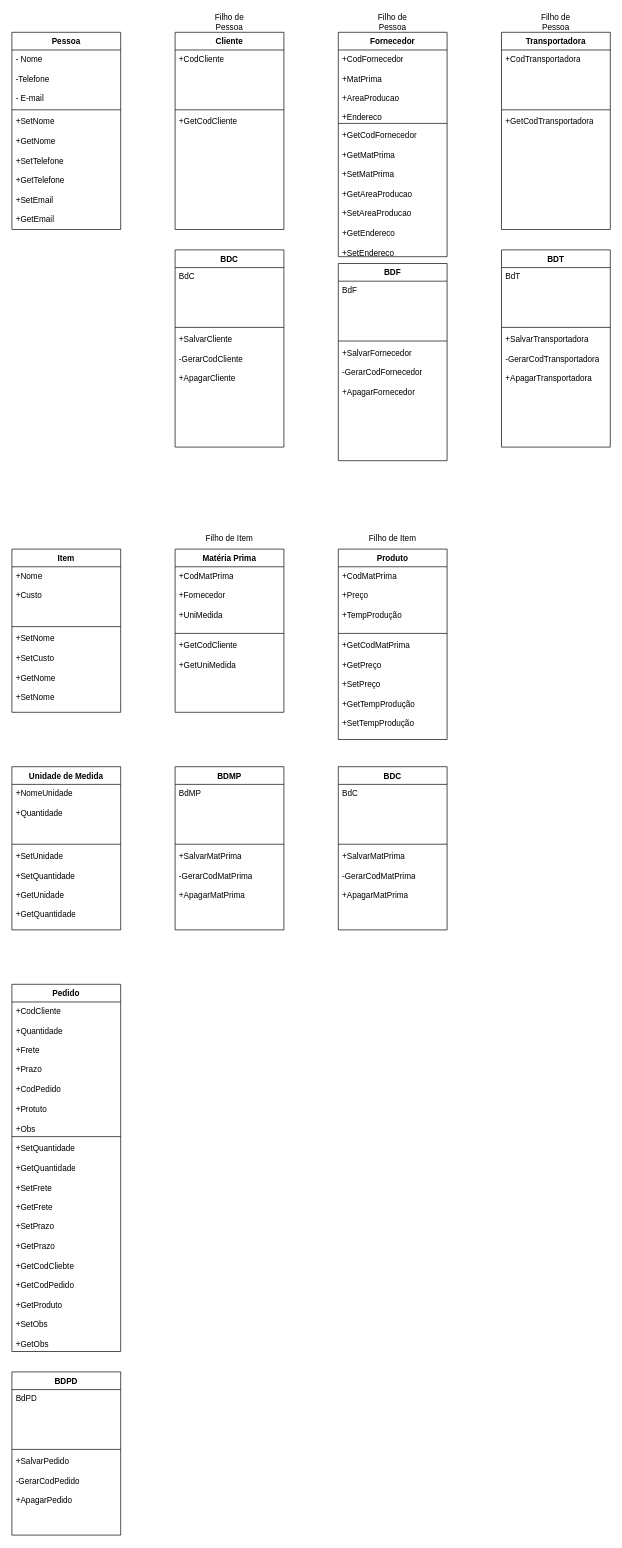
Earlier version of the draw.io diagram page "Diagrama-de-Classe" (4 of 14) of DOC/Fluxograma.drawio (GuilhermeIgarashi7/avatar-Fluxograma). Source tidied: cells renumbered, new cells numbered last; positions are measured from the earlier drawing's top-left corner, leaving out a move shared by most shapes. Both pictures are drawn from the tidied source at 68%, with x=0, y=0 at pixel (12, 12).
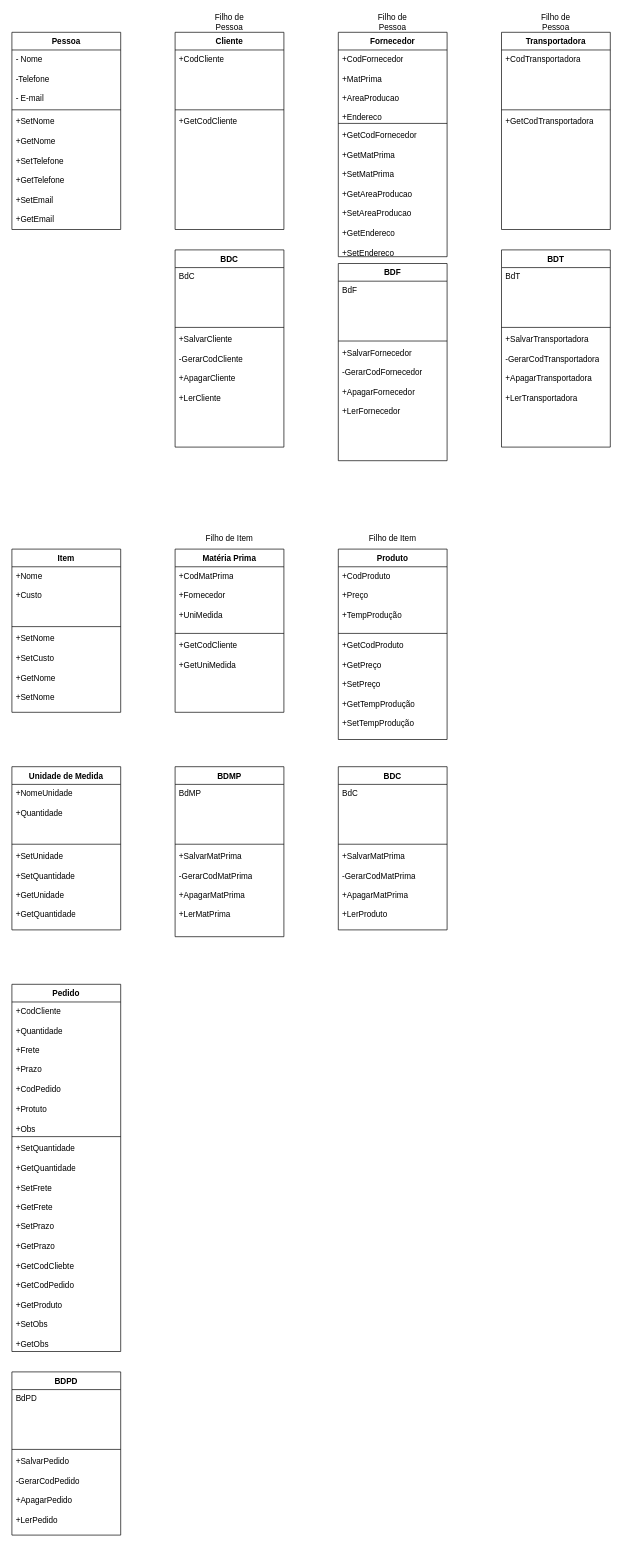
After the change.

The change refers to these unchanged cells:
```xml
<mxCell id="11" value="BDC" style="swimlane;fontStyle=1;align=center;verticalAlign=top;horizontal=1;startSize=26;whiteSpace=wrap;html=1;" parent="1" vertex="1">
  <mxGeometry x="240" y="350" width="160" height="290" as="geometry" />
</mxCell>
<mxCell id="20" value="BDF" style="swimlane;fontStyle=1;align=center;verticalAlign=top;horizontal=1;startSize=26;whiteSpace=wrap;html=1;" parent="1" vertex="1">
  <mxGeometry x="480" y="370" width="160" height="290" as="geometry" />
</mxCell>
<mxCell id="29" value="BDT" style="swimlane;fontStyle=1;align=center;verticalAlign=top;horizontal=1;startSize=26;whiteSpace=wrap;html=1;" parent="1" vertex="1">
  <mxGeometry x="720" y="350" width="160" height="290" as="geometry" />
</mxCell>
<mxCell id="38" value="Matéria Prima" style="swimlane;fontStyle=1;align=center;verticalAlign=top;horizontal=1;startSize=26;whiteSpace=wrap;html=1;" parent="1" vertex="1">
  <mxGeometry x="240" y="790" width="160" height="240" as="geometry" />
</mxCell>
<mxCell id="51" value="Produto" style="swimlane;fontStyle=1;align=center;verticalAlign=top;horizontal=1;startSize=26;whiteSpace=wrap;html=1;" parent="1" vertex="1">
  <mxGeometry x="480" y="790" width="160" height="280" as="geometry" />
</mxCell>
<mxCell id="55" value="BDC" style="swimlane;fontStyle=1;align=center;verticalAlign=top;horizontal=1;startSize=26;whiteSpace=wrap;html=1;" parent="1" vertex="1">
  <mxGeometry x="480" y="1110" width="160" height="240" as="geometry" />
</mxCell>
<mxCell id="63" value="BDPD" style="swimlane;fontStyle=1;align=center;verticalAlign=top;horizontal=1;startSize=26;whiteSpace=wrap;html=1;" parent="1" vertex="1">
  <mxGeometry y="2000" width="160" height="240" as="geometry" />
</mxCell>
```

What changed in the source:
```diff
@@
-    <mxCell id="14" value="+SalvarCliente&lt;div&gt;&lt;br&gt;&lt;/div&gt;&lt;div&gt;-GerarCodCliente&lt;/div&gt;&lt;div&gt;&lt;br&gt;&lt;/div&gt;&lt;div&gt;+ApagarCliente&lt;/div&gt;" style="text;strokeColor=none;fillColor=none;align=left;verticalAlign=top;spacingLeft=4;spacingRight=4;overflow=hidden;whiteSpace=wrap;html=1;" parent="11" vertex="1">
+    <mxCell id="14" value="+SalvarCliente&lt;div&gt;&lt;br&gt;&lt;/div&gt;&lt;div&gt;-GerarCodCliente&lt;/div&gt;&lt;div&gt;&lt;br&gt;&lt;/div&gt;&lt;div&gt;+ApagarCliente&lt;/div&gt;&lt;div&gt;&lt;br&gt;&lt;/div&gt;&lt;div&gt;+LerCliente&lt;/div&gt;" style="text;strokeColor=none;fillColor=none;align=left;verticalAlign=top;spacingLeft=4;spacingRight=4;overflow=hidden;whiteSpace=wrap;html=1;" parent="11" vertex="1">
       <mxGeometry y="118" width="160" height="172" as="geometry" />
     </mxCell>
@@
-    <mxCell id="23" value="+SalvarFornecedor&lt;div&gt;&lt;br&gt;&lt;/div&gt;&lt;div&gt;-GerarCodFornecedor&lt;/div&gt;&lt;div&gt;&lt;br&gt;&lt;/div&gt;&lt;div&gt;+ApagarFornecedor&lt;/div&gt;" style="text;strokeColor=none;fillColor=none;align=left;verticalAlign=top;spacingLeft=4;spacingRight=4;overflow=hidden;whiteSpace=wrap;html=1;" parent="20" vertex="1">
+    <mxCell id="23" value="+SalvarFornecedor&lt;div&gt;&lt;br&gt;&lt;/div&gt;&lt;div&gt;-GerarCodFornecedor&lt;/div&gt;&lt;div&gt;&lt;br&gt;&lt;/div&gt;&lt;div&gt;+ApagarFornecedor&lt;/div&gt;&lt;div&gt;&lt;br&gt;&lt;/div&gt;&lt;div&gt;+LerFornecedor&lt;br&gt;&lt;/div&gt;" style="text;strokeColor=none;fillColor=none;align=left;verticalAlign=top;spacingLeft=4;spacingRight=4;overflow=hidden;whiteSpace=wrap;html=1;" parent="20" vertex="1">
       <mxGeometry y="118" width="160" height="172" as="geometry" />
     </mxCell>
@@
-    <mxCell id="32" value="+SalvarTransportadora&lt;div&gt;&lt;br&gt;&lt;/div&gt;&lt;div&gt;-GerarCodTransportadora&lt;/div&gt;&lt;div&gt;&lt;br&gt;&lt;/div&gt;&lt;div&gt;+ApagarTransportadora&lt;/div&gt;" style="text;strokeColor=none;fillColor=none;align=left;verticalAlign=top;spacingLeft=4;spacingRight=4;overflow=hidden;whiteSpace=wrap;html=1;" parent="29" vertex="1">
+    <mxCell id="32" value="+SalvarTransportadora&lt;div&gt;&lt;br&gt;&lt;/div&gt;&lt;div&gt;-GerarCodTransportadora&lt;/div&gt;&lt;div&gt;&lt;br&gt;&lt;/div&gt;&lt;div&gt;+ApagarTransportadora&lt;/div&gt;&lt;div&gt;&lt;br&gt;&lt;/div&gt;&lt;div&gt;&lt;span style=&quot;background-color: initial;&quot;&gt;+LerTransportadora&lt;/span&gt;&lt;/div&gt;" style="text;strokeColor=none;fillColor=none;align=left;verticalAlign=top;spacingLeft=4;spacingRight=4;overflow=hidden;whiteSpace=wrap;html=1;" parent="29" vertex="1">
       <mxGeometry y="118" width="160" height="172" as="geometry" />
     </mxCell>
@@
-    <mxCell id="41" value="&lt;div&gt;&lt;span style=&quot;background-color: initial;&quot;&gt;+GetCodCliente&lt;br&gt;&lt;/span&gt;&lt;br&gt;+GetUniMedida&lt;/div&gt;" style="text;strokeColor=none;fillColor=none;align=left;verticalAlign=top;spacingLeft=4;spacingRight=4;overflow=hidden;whiteSpace=wrap;html=1;" parent="38" vertex="1">
+    <mxCell id="41" value="&lt;div&gt;&lt;span style=&quot;background-color: initial;&quot;&gt;+GetCodCliente&lt;br&gt;&lt;/span&gt;&lt;br&gt;+GetUniMedida&lt;/div&gt;&lt;div&gt;&lt;br&gt;&lt;/div&gt;&lt;div&gt;&lt;br&gt;&lt;/div&gt;" style="text;strokeColor=none;fillColor=none;align=left;verticalAlign=top;spacingLeft=4;spacingRight=4;overflow=hidden;whiteSpace=wrap;html=1;" parent="38" vertex="1">
       <mxGeometry y="128" width="160" height="112" as="geometry" />
     </mxCell>
     <mxCell id="42" value="BDMP" style="swimlane;fontStyle=1;align=center;verticalAlign=top;horizontal=1;startSize=26;whiteSpace=wrap;html=1;" parent="1" vertex="1">
-      <mxGeometry x="240" y="1110" width="160" height="240" as="geometry" />
+      <mxGeometry x="240" y="1110" width="160" height="250" as="geometry" />
     </mxCell>
@@
-    <mxCell id="45" value="+SalvarMatPrima&lt;div&gt;&lt;br&gt;&lt;/div&gt;&lt;div&gt;-GerarCodMatPrima&lt;/div&gt;&lt;div&gt;&lt;br&gt;&lt;/div&gt;&lt;div&gt;+ApagarMatPrima&lt;/div&gt;" style="text;strokeColor=none;fillColor=none;align=left;verticalAlign=top;spacingLeft=4;spacingRight=4;overflow=hidden;whiteSpace=wrap;html=1;" parent="42" vertex="1">
-      <mxGeometry y="118" width="160" height="122" as="geometry" />
+    <mxCell id="45" value="+SalvarMatPrima&lt;div&gt;&lt;br&gt;&lt;/div&gt;&lt;div&gt;-GerarCodMatPrima&lt;/div&gt;&lt;div&gt;&lt;br&gt;&lt;/div&gt;&lt;div&gt;+ApagarMatPrima&lt;/div&gt;&lt;div&gt;&lt;br&gt;&lt;/div&gt;&lt;div&gt;+LerMatPrima&lt;/div&gt;" style="text;strokeColor=none;fillColor=none;align=left;verticalAlign=top;spacingLeft=4;spacingRight=4;overflow=hidden;whiteSpace=wrap;html=1;" parent="42" vertex="1">
+      <mxGeometry y="118" width="160" height="132" as="geometry" />
     </mxCell>
@@
-    <mxCell id="52" value="+CodMatPrima&lt;div&gt;&lt;br&gt;&lt;/div&gt;&lt;div&gt;+Preço&lt;/div&gt;&lt;div&gt;&lt;br&gt;&lt;/div&gt;&lt;div&gt;+TempProdução&lt;/div&gt;" style="text;strokeColor=none;fillColor=none;align=left;verticalAlign=top;spacingLeft=4;spacingRight=4;overflow=hidden;whiteSpace=wrap;html=1;" parent="51" vertex="1">
+    <mxCell id="52" value="+CodProduto&lt;div&gt;&lt;br&gt;&lt;/div&gt;&lt;div&gt;+Preço&lt;/div&gt;&lt;div&gt;&lt;br&gt;&lt;/div&gt;&lt;div&gt;+TempProdução&lt;/div&gt;" style="text;strokeColor=none;fillColor=none;align=left;verticalAlign=top;spacingLeft=4;spacingRight=4;overflow=hidden;whiteSpace=wrap;html=1;" parent="51" vertex="1">
       <mxGeometry y="26" width="160" height="94" as="geometry" />
     </mxCell>
@@
-    <mxCell id="54" value="&lt;div&gt;&lt;span style=&quot;background-color: initial;&quot;&gt;+GetCodMatPrima&lt;br&gt;&lt;/span&gt;&lt;br&gt;+GetPreço&lt;/div&gt;&lt;div&gt;&lt;br&gt;&lt;/div&gt;&lt;div&gt;+SetPreço&lt;/div&gt;&lt;div&gt;&lt;br&gt;&lt;/div&gt;&lt;div&gt;+GetTempProdução&lt;/div&gt;&lt;div&gt;&lt;br&gt;&lt;/div&gt;&lt;div&gt;+SetTempProdução&lt;/div&gt;" style="text;strokeColor=none;fillColor=none;align=left;verticalAlign=top;spacingLeft=4;spacingRight=4;overflow=hidden;whiteSpace=wrap;html=1;" parent="51" vertex="1">
+    <mxCell id="54" value="&lt;div&gt;&lt;span style=&quot;background-color: initial;&quot;&gt;+GetCodProduto&lt;br&gt;&lt;/span&gt;&lt;br&gt;+GetPreço&lt;/div&gt;&lt;div&gt;&lt;br&gt;&lt;/div&gt;&lt;div&gt;+SetPreço&lt;/div&gt;&lt;div&gt;&lt;br&gt;&lt;/div&gt;&lt;div&gt;+GetTempProdução&lt;/div&gt;&lt;div&gt;&lt;br&gt;&lt;/div&gt;&lt;div&gt;+SetTempProdução&lt;/div&gt;" style="text;strokeColor=none;fillColor=none;align=left;verticalAlign=top;spacingLeft=4;spacingRight=4;overflow=hidden;whiteSpace=wrap;html=1;" parent="51" vertex="1">
       <mxGeometry y="128" width="160" height="152" as="geometry" />
     </mxCell>
@@
-    <mxCell id="58" value="+SalvarMatPrima&lt;div&gt;&lt;br&gt;&lt;/div&gt;&lt;div&gt;-GerarCodMatPrima&lt;/div&gt;&lt;div&gt;&lt;br&gt;&lt;/div&gt;&lt;div&gt;+ApagarMatPrima&lt;/div&gt;" style="text;strokeColor=none;fillColor=none;align=left;verticalAlign=top;spacingLeft=4;spacingRight=4;overflow=hidden;whiteSpace=wrap;html=1;" parent="55" vertex="1">
+    <mxCell id="58" value="+SalvarMatPrima&lt;div&gt;&lt;br&gt;&lt;/div&gt;&lt;div&gt;-GerarCodMatPrima&lt;/div&gt;&lt;div&gt;&lt;br&gt;&lt;/div&gt;&lt;div&gt;+ApagarMatPrima&lt;/div&gt;&lt;div&gt;&lt;br&gt;&lt;/div&gt;&lt;div&gt;+LerProduto&lt;/div&gt;" style="text;strokeColor=none;fillColor=none;align=left;verticalAlign=top;spacingLeft=4;spacingRight=4;overflow=hidden;whiteSpace=wrap;html=1;" parent="55" vertex="1">
       <mxGeometry y="118" width="160" height="122" as="geometry" />
     </mxCell>
@@
-    <mxCell id="66" value="+SalvarPedido&lt;div&gt;&lt;br&gt;&lt;/div&gt;&lt;div&gt;-GerarCodPedido&lt;/div&gt;&lt;div&gt;&lt;br&gt;&lt;/div&gt;&lt;div&gt;+ApagarPedido&lt;/div&gt;" style="text;strokeColor=none;fillColor=none;align=left;verticalAlign=top;spacingLeft=4;spacingRight=4;overflow=hidden;whiteSpace=wrap;html=1;" parent="63" vertex="1">
+    <mxCell id="66" value="+SalvarPedido&lt;div&gt;&lt;br&gt;&lt;/div&gt;&lt;div&gt;-GerarCodPedido&lt;/div&gt;&lt;div&gt;&lt;br&gt;&lt;/div&gt;&lt;div&gt;+ApagarPedido&lt;/div&gt;&lt;div&gt;&lt;br&gt;&lt;/div&gt;&lt;div&gt;+LerPedido&lt;/div&gt;" style="text;strokeColor=none;fillColor=none;align=left;verticalAlign=top;spacingLeft=4;spacingRight=4;overflow=hidden;whiteSpace=wrap;html=1;" parent="63" vertex="1">
       <mxGeometry y="118" width="160" height="122" as="geometry" />
     </mxCell>
```
